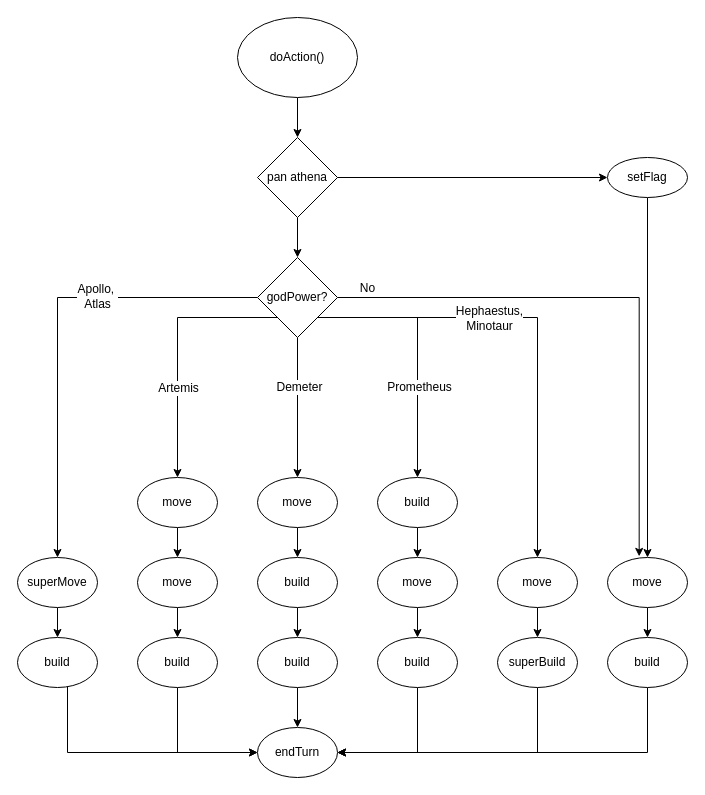
Before: UML/FSM_Controller.drawio in riccardopaltrinieri/Santorini-desktop-game, a draw.io diagram. Source tidied: cells renumbered, new cells numbered last; positions are measured from the earlier drawing's top-left corner, leaving out a move shared by most shapes. Both pictures are drawn from the tidied source at 100%, with x=0, y=0 at pixel (17, 17).
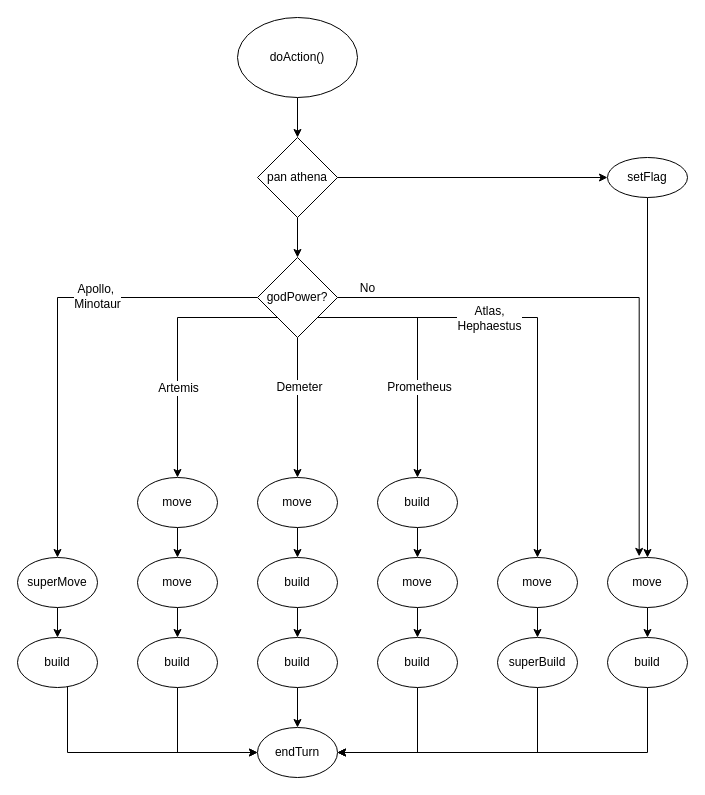
The same page after the edit.

Unchanged cells that the change refers to:
```xml
<mxCell id="18" style="edgeStyle=orthogonalEdgeStyle;rounded=0;jettySize=auto;html=1;exitX=0;exitY=0.5;exitDx=0;exitDy=0;entryX=0.5;entryY=0;entryDx=0;entryDy=0;" parent="1" edge="1" source="30" target="7">
  <mxGeometry relative="1" as="geometry" />
</mxCell>
<mxCell id="26" style="edgeStyle=orthogonalEdgeStyle;rounded=0;jettySize=auto;html=1;exitX=1;exitY=1;exitDx=0;exitDy=0;" parent="1" edge="1" source="30" target="50">
  <mxGeometry relative="1" as="geometry" />
</mxCell>
```

What changed in the source:
```diff
@@
-    <mxCell id="19" value="Apollo,&amp;nbsp;&lt;br&gt;Atlas" style="text;html=1;align=center;verticalAlign=middle;labelBackgroundColor=#ffffff;" parent="18" vertex="1">
+    <mxCell id="19" value="Apollo,&amp;nbsp;&lt;br&gt;Minotaur" style="text;html=1;align=center;verticalAlign=middle;labelBackgroundColor=#ffffff;" parent="18" vertex="1">
       <mxGeometry x="-0.38" y="-2" relative="1" as="geometry">
         <mxPoint x="-17.6" as="offset" />
       </mxGeometry>
     </mxCell>
@@
-    <mxCell id="27" value="Hephaestus,&lt;br&gt;Minotaur" style="text;html=1;align=center;verticalAlign=middle;labelBackgroundColor=#ffffff;" parent="26" vertex="1">
+    <mxCell id="27" value="Atlas,&lt;br&gt;Hephaestus" style="text;html=1;align=center;verticalAlign=middle;labelBackgroundColor=#ffffff;" parent="26" vertex="1">
       <mxGeometry x="-0.26" relative="1" as="geometry">
         <mxPoint x="1" as="offset" />
       </mxGeometry>
     </mxCell>
```
